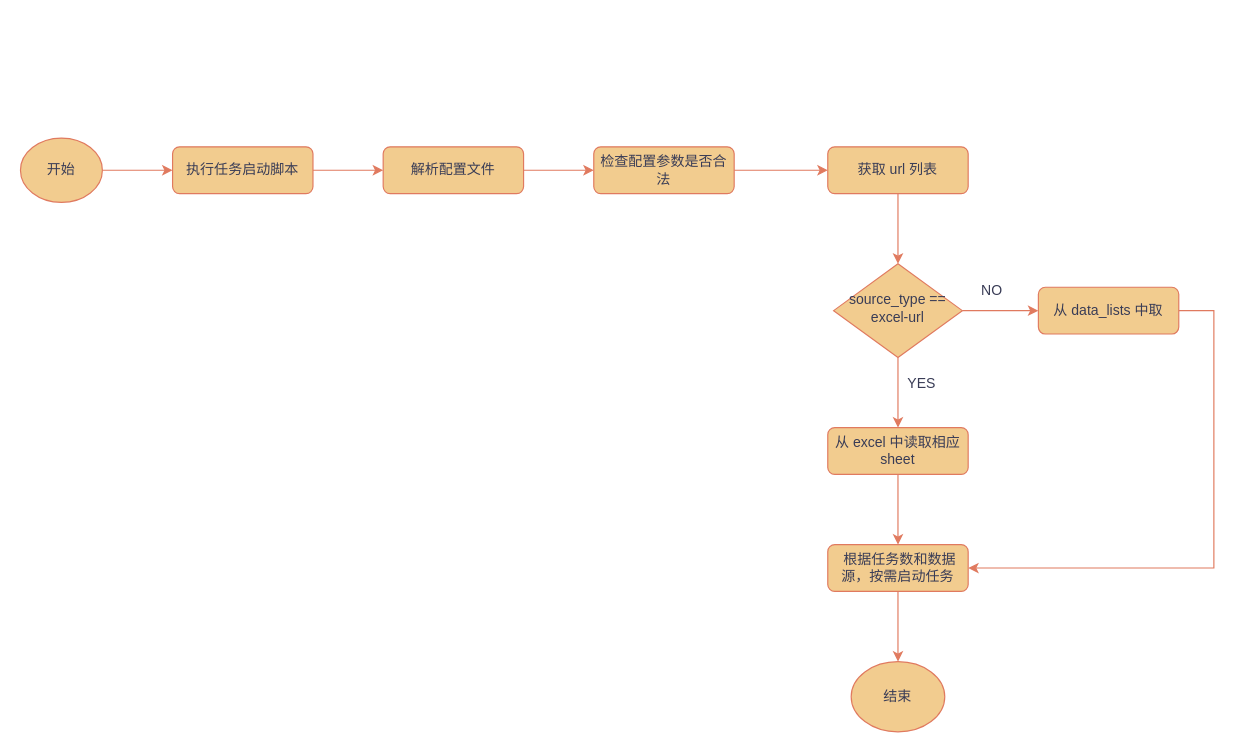
Before: multi-task.drawio in silan-liu/drawio, a draw.io diagram. Source tidied: cells renumbered, new cells numbered last; positions are measured from the earlier drawing's top-left corner, leaving out a move shared by most shapes. Both pictures are drawn from the tidied source at 117%, with x=0, y=0 at pixel (20, 137).
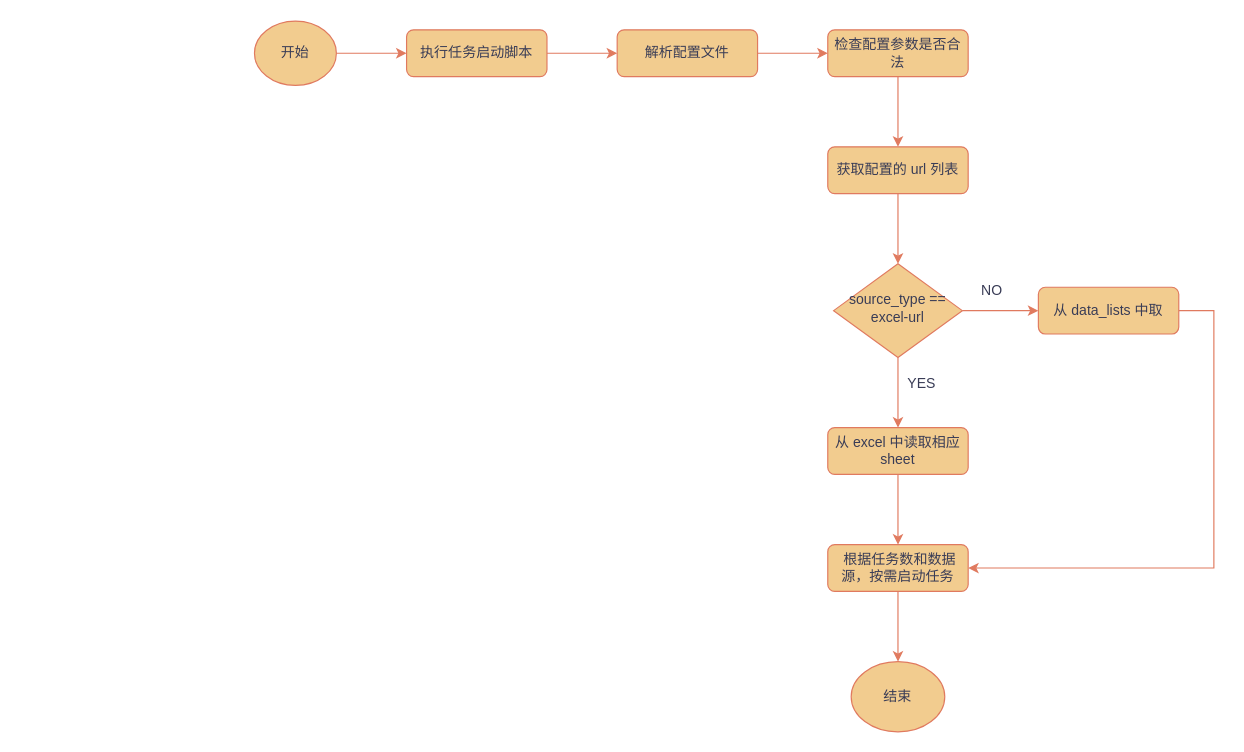
The same page after the edit.

What changed in the source:
```diff
@@
     <mxCell id="3" value="执行任务启动脚本" style="rounded=1;whiteSpace=wrap;html=1;fontSize=12;glass=0;strokeWidth=1;shadow=0;labelBackgroundColor=none;fillColor=#F2CC8F;strokeColor=#E07A5F;fontColor=#393C56;" parent="1" vertex="1">
-      <mxGeometry x="130" y="8" width="120" height="40" as="geometry" />
+      <mxGeometry x="330" y="-92" width="120" height="40" as="geometry" />
     </mxCell>
@@
     <mxCell id="5" value="解析配置文件" style="rounded=1;whiteSpace=wrap;html=1;fontSize=12;glass=0;strokeWidth=1;shadow=0;labelBackgroundColor=none;fillColor=#F2CC8F;strokeColor=#E07A5F;fontColor=#393C56;" parent="1" vertex="1">
-      <mxGeometry x="310" y="8" width="120" height="40" as="geometry" />
+      <mxGeometry x="510" y="-92" width="120" height="40" as="geometry" />
     </mxCell>
@@
     <mxCell id="7" value="检查配置参数是否合法" style="rounded=1;whiteSpace=wrap;html=1;fontSize=12;glass=0;strokeWidth=1;shadow=0;labelBackgroundColor=none;fillColor=#F2CC8F;strokeColor=#E07A5F;fontColor=#393C56;" parent="1" vertex="1">
-      <mxGeometry x="490" y="8" width="120" height="40" as="geometry" />
+      <mxGeometry x="690" y="-92" width="120" height="40" as="geometry" />
     </mxCell>
@@
-    <mxCell id="9" value="获取 url 列表" style="rounded=1;whiteSpace=wrap;html=1;fontSize=12;glass=0;strokeWidth=1;shadow=0;labelBackgroundColor=none;fillColor=#F2CC8F;strokeColor=#E07A5F;fontColor=#393C56;" parent="1" vertex="1">
+    <mxCell id="9" value="获取配置的 url 列表" style="rounded=1;whiteSpace=wrap;html=1;fontSize=12;glass=0;strokeWidth=1;shadow=0;labelBackgroundColor=none;fillColor=#F2CC8F;strokeColor=#E07A5F;fontColor=#393C56;" parent="1" vertex="1">
       <mxGeometry x="690" y="8" width="120" height="40" as="geometry" />
     </mxCell>
@@
     <mxCell id="23" value="开始" style="ellipse;whiteSpace=wrap;html=1;strokeColor=#E07A5F;fontColor=#393C56;fillColor=#F2CC8F;" parent="1" vertex="1">
-      <mxGeometry y="0.5" width="70" height="55" as="geometry" />
+      <mxGeometry x="200" y="-99.5" width="70" height="55" as="geometry" />
     </mxCell>
```
